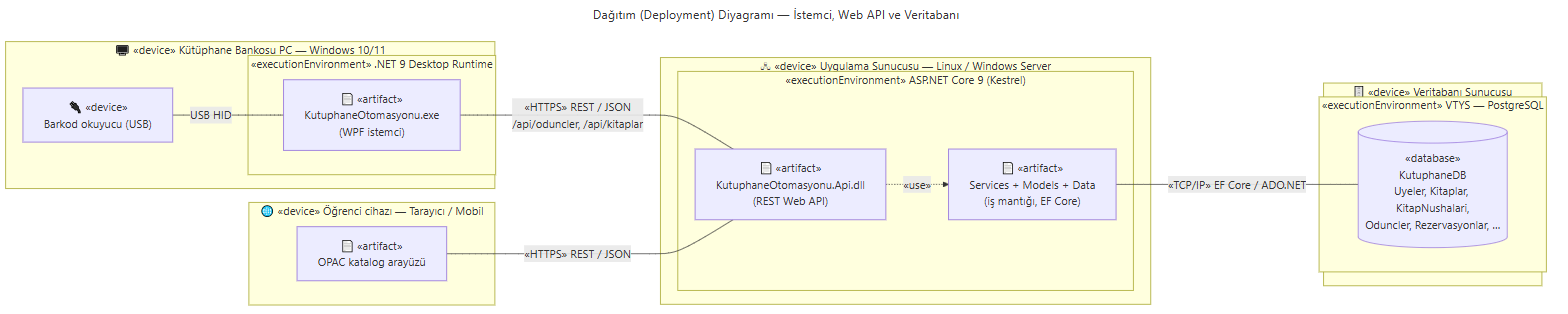
Earlier version of the Mermaid export docs/uml/4-dagitim-diyagrami.png (sudenurozturkk/KutuphaneOtomasyonu). Its source is kept beside it as docs/uml/4-dagitim-diyagrami.mmd.
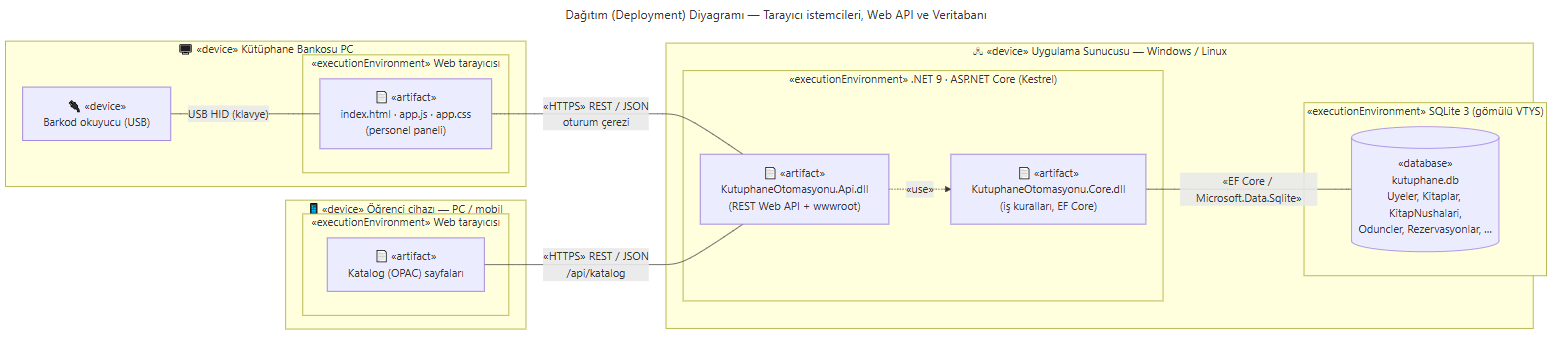
Above is the later version.

What changed in the source:
```diff
@@ -1,33 +1,32 @@
 ---
-title: Dağıtım (Deployment) Diyagramı — İstemci, Web API ve Veritabanı
+title: Dağıtım (Deployment) Diyagramı — Tarayıcı istemcileri, Web API ve Veritabanı
 ---
 flowchart LR
-    subgraph PC["🖥️ «device» Kütüphane Bankosu PC — Windows 10/11"]
-        subgraph RT1["«executionEnvironment» .NET 9 Desktop Runtime"]
-            A1["📄 «artifact»<br/>KutuphaneOtomasyonu.exe<br/>(WPF istemci)"]
+    subgraph PC["🖥️ «device» Kütüphane Bankosu PC"]
+        subgraph TR1["«executionEnvironment» Web tarayıcısı"]
+            A1["📄 «artifact»<br/>index.html · app.js · app.css<br/>(personel paneli)"]
         end
         BR["🔌 «device»<br/>Barkod okuyucu (USB)"]
     end
 
-    subgraph WEB["🌐 «device» Öğrenci cihazı — Tarayıcı / Mobil"]
-        A4["📄 «artifact»<br/>OPAC katalog arayüzü"]
-    end
-
-    subgraph SRV["🖧 «device» Uygulama Sunucusu — Linux / Windows Server"]
-        subgraph RT2["«executionEnvironment» ASP.NET Core 9 (Kestrel)"]
-            A2["📄 «artifact»<br/>KutuphaneOtomasyonu.Api.dll<br/>(REST Web API)"]
-            A3["📄 «artifact»<br/>Services + Models + Data<br/>(iş mantığı, EF Core)"]
+    subgraph OGR["📱 «device» Öğrenci cihazı — PC / mobil"]
+        subgraph TR2["«executionEnvironment» Web tarayıcısı"]
+            A4["📄 «artifact»<br/>Katalog (OPAC) sayfaları"]
         end
     end
 
-    subgraph DBS["🗄️ «device» Veritabanı Sunucusu"]
-        subgraph RT3["«executionEnvironment» VTYS — PostgreSQL"]
-            DB[("«database»<br/>KutuphaneDB<br/>Uyeler, Kitaplar, KitapNushalari,<br/>Oduncler, Rezervasyonlar, …")]
+    subgraph SRV["🖧 «device» Uygulama Sunucusu — Windows / Linux"]
+        subgraph RT2["«executionEnvironment» .NET 9 · ASP.NET Core (Kestrel)"]
+            A2["📄 «artifact»<br/>KutuphaneOtomasyonu.Api.dll<br/>(REST Web API + wwwroot)"]
+            A3["📄 «artifact»<br/>KutuphaneOtomasyonu.Core.dll<br/>(iş kuralları, EF Core)"]
+        end
+        subgraph RT3["«executionEnvironment» SQLite 3 (gömülü VTYS)"]
+            DB[("«database»<br/>kutuphane.db<br/>Uyeler, Kitaplar, KitapNushalari,<br/>Oduncler, Rezervasyonlar, …")]
         end
     end
 
-    BR -- "USB HID" --- A1
-    A1 -- "«HTTPS» REST / JSON<br/>/api/oduncler, /api/kitaplar" --- A2
-    A4 -- "«HTTPS» REST / JSON" --- A2
+    BR -- "USB HID (klavye)" --- A1
+    A1 -- "«HTTPS» REST / JSON<br/>oturum çerezi" --- A2
+    A4 -- "«HTTPS» REST / JSON<br/>/api/katalog" --- A2
     A2 -. "«use»" .-> A3
-    A3 -- "«TCP/IP» EF Core / ADO.NET" --- DB
+    A3 -- "«EF Core / Microsoft.Data.Sqlite»" --- DB
```
